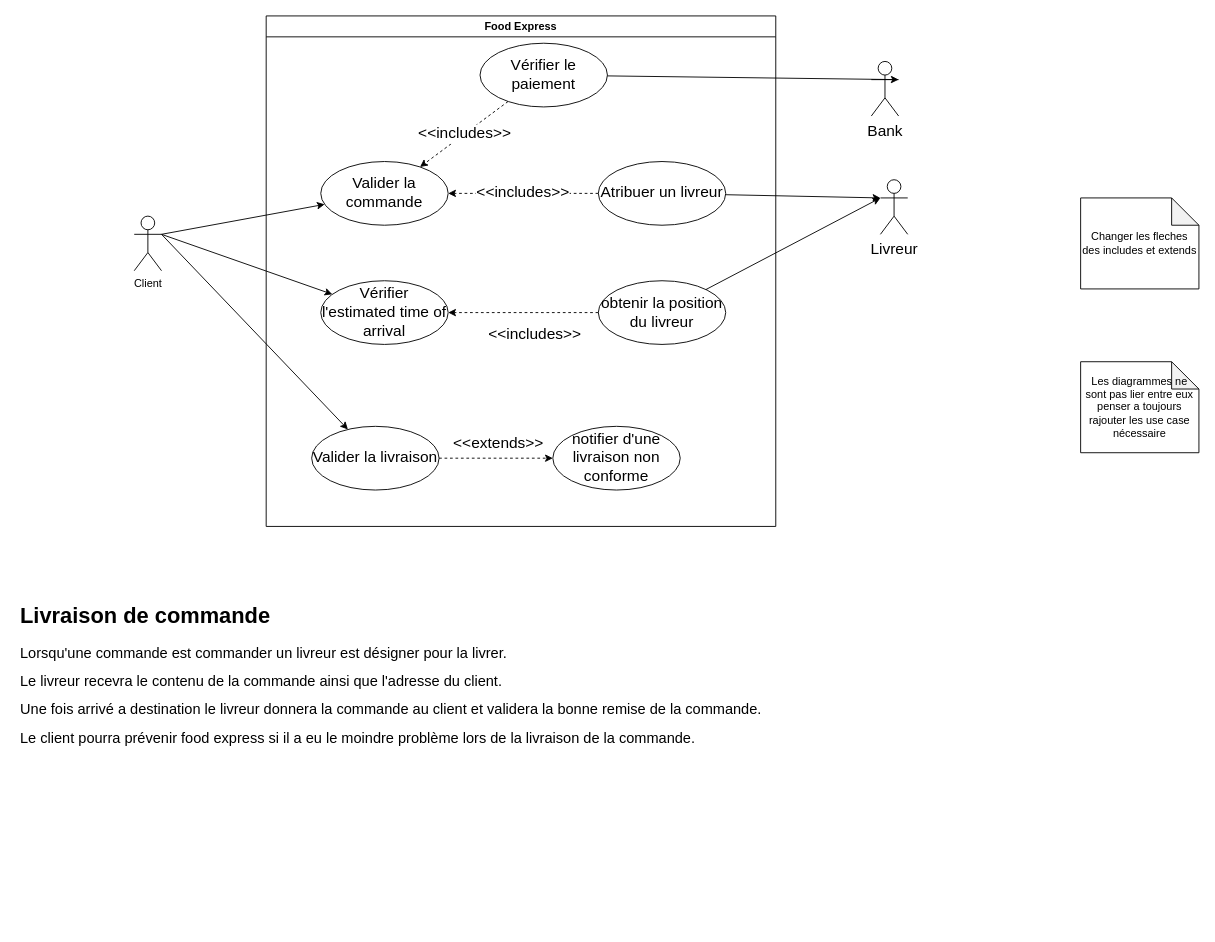
This is page "Livraison de commande" (4 of 4) of main_use_case.drawio from sebastien-deren/projet_4, a draw.io file, before an edit. Source tidied: cells renumbered, new cells numbered last; positions are measured from the earlier drawing's top-left corner, leaving out a move shared by most shapes. Both pictures are drawn from the tidied source at 91%, with x=0, y=0 at pixel (15, 15).
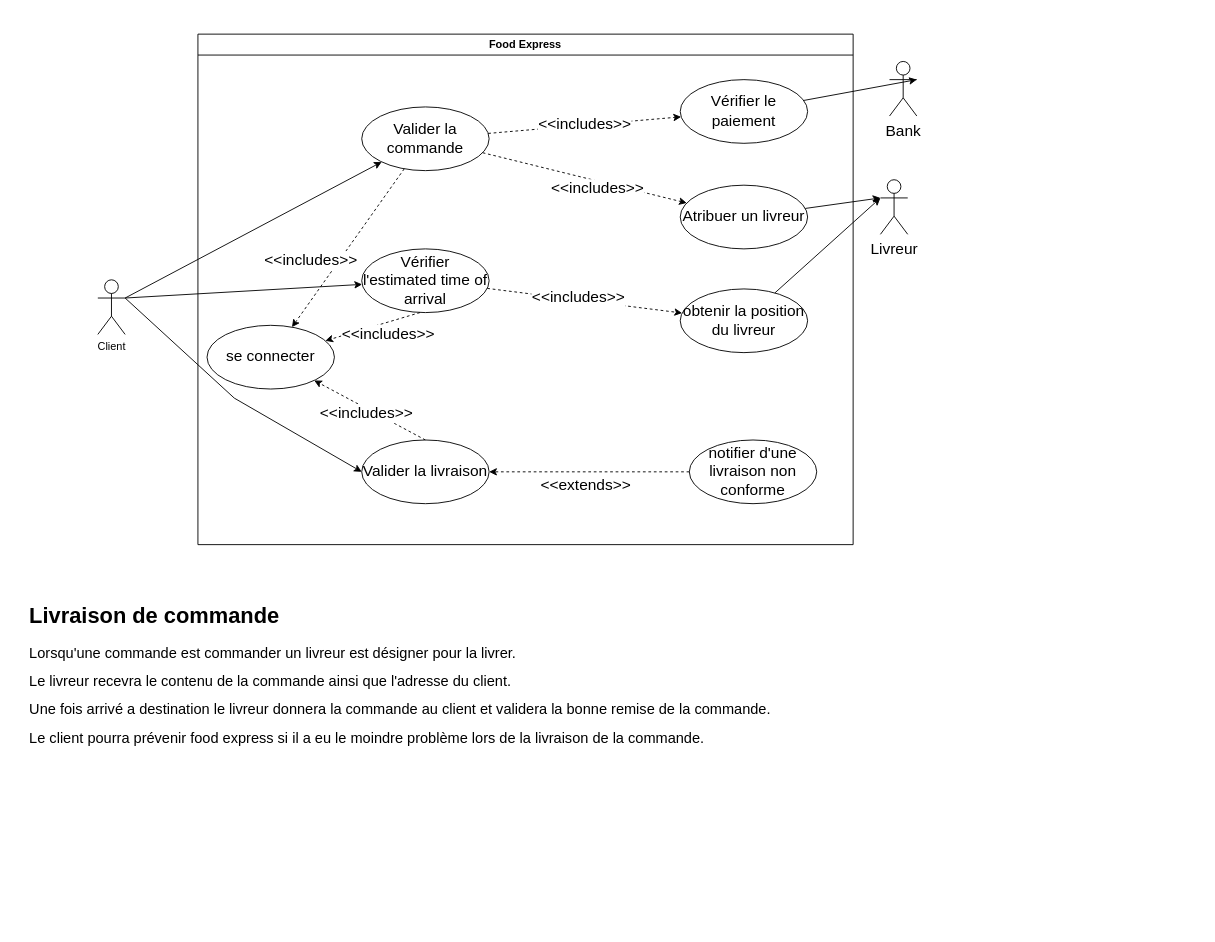
After the change.

Change to the diagram source:
```diff
@@
     <mxCell id="2" value="Food Express" style="swimlane;whiteSpace=wrap;html=1;" parent="1" vertex="1">
-      <mxGeometry x="275" width="560" height="561" as="geometry" />
+      <mxGeometry x="200" y="20" width="720" height="561" as="geometry" />
     </mxCell>
     <mxCell id="3" value="Valider la commande" style="ellipse;whiteSpace=wrap;html=1;fontSize=17;" parent="2" vertex="1">
-      <mxGeometry x="60" y="160" width="140" height="70" as="geometry" />
+      <mxGeometry x="180" y="80" width="140" height="70" as="geometry" />
     </mxCell>
     <mxCell id="4" value="Vérifier l'estimated time of arrival" style="ellipse;whiteSpace=wrap;html=1;fontSize=17;" parent="2" vertex="1">
-      <mxGeometry x="60" y="291" width="140" height="70" as="geometry" />
+      <mxGeometry x="180" y="236" width="140" height="70" as="geometry" />
     </mxCell>
     <mxCell id="5" value="Valider la livraison" style="ellipse;whiteSpace=wrap;html=1;fontSize=17;" parent="2" vertex="1">
-      <mxGeometry x="50" y="451" width="140" height="70" as="geometry" />
+      <mxGeometry x="180" y="446" width="140" height="70" as="geometry" />
     </mxCell>
     <mxCell id="6" value="Vérifier le paiement" style="ellipse;whiteSpace=wrap;html=1;fontSize=17;" parent="2" vertex="1">
-      <mxGeometry x="235" y="30" width="140" height="70" as="geometry" />
+      <mxGeometry x="530" y="50" width="140" height="70" as="geometry" />
     </mxCell>
-    <mxCell id="7" value="&amp;lt;&amp;lt;includes&amp;gt;&amp;gt;" style="endArrow=classic;html=1;rounded=0;fontSize=17;dashed=1;" parent="2" edge="1" source="6" target="3">
+    <mxCell id="7" value="&amp;lt;&amp;lt;includes&amp;gt;&amp;gt;" style="endArrow=classic;html=1;rounded=0;fontSize=17;dashed=1;" parent="2" edge="1" source="3" target="6">
       <mxGeometry relative="1" as="geometry" />
     </mxCell>
     <mxCell id="8" value="Atribuer un livreur" style="ellipse;whiteSpace=wrap;html=1;fontSize=17;" parent="2" vertex="1">
-      <mxGeometry x="365" y="160" width="140" height="70" as="geometry" />
+      <mxGeometry x="530" y="166" width="140" height="70" as="geometry" />
     </mxCell>
-    <mxCell id="9" value="&amp;lt;&amp;lt;includes&amp;gt;&amp;gt;" style="endArrow=classic;html=1;rounded=0;fontSize=17;dashed=1;" parent="2" edge="1" source="8" target="3">
-      <mxGeometry relative="1" as="geometry" />
+    <mxCell id="9" value="&amp;lt;&amp;lt;includes&amp;gt;&amp;gt;" style="endArrow=classic;html=1;rounded=0;fontSize=17;dashed=1;" parent="2" edge="1" source="3" target="8">
+      <mxGeometry x="0.14" y="-8" relative="1" as="geometry" />
     </mxCell>
     <mxCell id="10" value="obtenir la position du livreur" style="ellipse;whiteSpace=wrap;html=1;fontSize=17;" parent="2" vertex="1">
-      <mxGeometry x="365" y="291" width="140" height="70" as="geometry" />
+      <mxGeometry x="530" y="280" width="140" height="70" as="geometry" />
     </mxCell>
-    <mxCell id="11" value="&amp;lt;&amp;lt;includes&amp;gt;&amp;gt;" style="endArrow=classic;html=1;rounded=0;fontSize=17;dashed=1;" parent="2" edge="1" source="10" target="4">
-      <mxGeometry x="-0.15" y="24" relative="1" as="geometry" />
+    <mxCell id="11" value="&amp;lt;&amp;lt;includes&amp;gt;&amp;gt;" style="endArrow=classic;html=1;rounded=0;fontSize=17;dashed=1;" parent="2" edge="1" source="4" target="10">
+      <mxGeometry x="-0.06" y="2" relative="1" as="geometry" />
     </mxCell>
     <mxCell id="12" value="notifier d'une livraison non conforme" style="ellipse;whiteSpace=wrap;html=1;fontSize=17;" parent="2" vertex="1">
-      <mxGeometry x="315" y="451" width="140" height="70" as="geometry" />
+      <mxGeometry x="540" y="446" width="140" height="70" as="geometry" />
     </mxCell>
-    <mxCell id="13" value="&amp;lt;&amp;lt;extends&amp;gt;&amp;gt;" style="endArrow=classic;html=1;rounded=0;dashed=1;fontSize=17;" parent="2" edge="1" source="5" target="12">
+    <mxCell id="13" value="&amp;lt;&amp;lt;extends&amp;gt;&amp;gt;" style="endArrow=classic;html=1;rounded=0;dashed=1;fontSize=17;" parent="2" edge="1" source="12" target="5">
       <mxGeometry x="0.04" y="16" relative="1" as="geometry" />
     </mxCell>
+    <mxCell id="26" value="se connecter" style="ellipse;whiteSpace=wrap;html=1;fontSize=17;" parent="2" vertex="1">
+      <mxGeometry x="10" y="320" width="140" height="70" as="geometry" />
+    </mxCell>
+    <mxCell id="27" value="&amp;lt;&amp;lt;includes&amp;gt;&amp;gt;" style="endArrow=classic;html=1;rounded=0;fontSize=17;dashed=1;" parent="2" edge="1" source="3" target="26">
+      <mxGeometry x="0.33" y="-25" relative="1" as="geometry" />
+    </mxCell>
+    <mxCell id="28" value="&amp;lt;&amp;lt;includes&amp;gt;&amp;gt;" style="endArrow=classic;html=1;rounded=0;fontSize=17;dashed=1;exitX=0.457;exitY=1;exitDx=0;exitDy=0;exitPerimeter=0;" parent="2" edge="1" source="4" target="26">
+      <mxGeometry x="-0.27" y="13" relative="1" as="geometry" />
+    </mxCell>
+    <mxCell id="29" value="&amp;lt;&amp;lt;includes&amp;gt;&amp;gt;" style="endArrow=classic;html=1;rounded=0;fontSize=17;dashed=1;exitX=0.5;exitY=0;exitDx=0;exitDy=0;" parent="2" edge="1" source="5" target="26">
+      <mxGeometry x="0.02" y="5" relative="1" as="geometry" />
+    </mxCell>
     <mxCell id="14" value="Client" style="shape=umlActor;verticalLabelPosition=bottom;verticalAlign=top;html=1;outlineConnect=0;" parent="1" vertex="1">
-      <mxGeometry x="130" y="220" width="30" height="60" as="geometry" />
+      <mxGeometry x="90" y="290" width="30" height="60" as="geometry" />
     </mxCell>
@@
     <mxCell id="16" style="endArrow=classic;html=1;rounded=0;fontSize=17;" parent="1" edge="1" target="4">
       <mxGeometry relative="1" as="geometry">
-        <mxPoint x="160" y="240" as="sourcePoint" />
+        <mxPoint x="120" y="310" as="sourcePoint" />
       </mxGeometry>
     </mxCell>
-    <mxCell id="17" style="endArrow=classic;html=1;rounded=0;fontSize=17;" parent="1" edge="1" target="5">
+    <mxCell id="17" style="endArrow=classic;html=1;rounded=0;fontSize=17;entryX=0;entryY=0.5;entryDx=0;entryDy=0;" parent="1" edge="1" target="5">
       <mxGeometry relative="1" as="geometry">
-        <mxPoint x="160" y="240" as="sourcePoint" />
+        <mxPoint x="120" y="310" as="sourcePoint" />
+        <Array as="points">
+          <mxPoint x="240" y="420" />
+        </Array>
       </mxGeometry>
     </mxCell>
     <mxCell id="18" value="Bank" style="shape=umlActor;verticalLabelPosition=bottom;verticalAlign=top;html=1;fontSize=17;" parent="1" vertex="1">
-      <mxGeometry x="940" y="50" width="30" height="60" as="geometry" />
+      <mxGeometry x="960" y="50" width="30" height="60" as="geometry" />
     </mxCell>
@@
     <mxCell id="23" value="&lt;h1&gt;Livraison de commande&lt;/h1&gt;&lt;p&gt;&lt;span style=&quot;font-size: 16px;&quot;&gt;Lorsqu'une commande est commander un livreur est désigner pour la livrer.&lt;/span&gt;&lt;/p&gt;&lt;p&gt;&lt;span style=&quot;font-size: 16px;&quot;&gt;Le livreur recevra le contenu de la commande ainsi que l'adresse du client.&lt;/span&gt;&lt;/p&gt;&lt;p&gt;&lt;span style=&quot;font-size: 16px;&quot;&gt;Une fois arrivé a destination le livreur donnera la commande au client et validera la bonne remise de la commande.&lt;/span&gt;&lt;/p&gt;&lt;p&gt;&lt;span style=&quot;font-size: 16px;&quot;&gt;Le client pourra prévenir food express si il a eu le moindre problème lors de la livraison de la commande.&lt;/span&gt;&lt;/p&gt;" style="text;html=1;strokeColor=none;fillColor=none;spacing=5;spacingTop=-20;whiteSpace=wrap;overflow=hidden;rounded=0;" parent="1" vertex="1">
-      <mxGeometry y="640" width="1090" height="360" as="geometry" />
+      <mxGeometry x="10" y="640" width="1090" height="360" as="geometry" />
     </mxCell>
-    <mxCell id="24" value="Les diagrammes ne sont pas lier entre eux penser a toujours rajouter les use case nécessaire" style="shape=note;whiteSpace=wrap;html=1;backgroundOutline=1;darkOpacity=0.05;" parent="1" vertex="1">
-      <mxGeometry x="1170" y="380" width="130" height="100" as="geometry" />
-    </mxCell>
-    <mxCell id="25" value="Changer les fleches des includes et extends" style="shape=note;whiteSpace=wrap;html=1;backgroundOutline=1;darkOpacity=0.05;" parent="1" vertex="1">
-      <mxGeometry x="1170" y="200" width="130" height="100" as="geometry" />
-    </mxCell>
```
